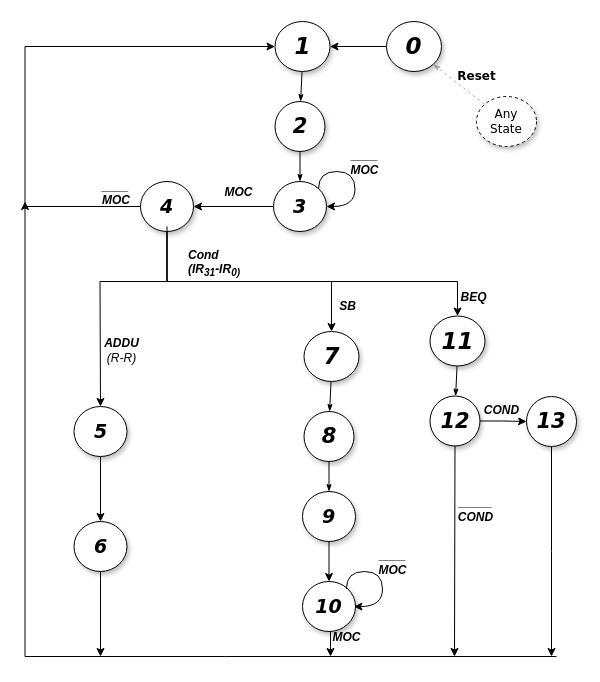
The draw.io diagram CPU_State_Diag.drawio in TheParodicts/MIPS_CPU_Diagram, before the edit. Source tidied: cells renumbered, new cells numbered last; positions are measured from the earlier drawing's top-left corner, leaving out a move shared by most shapes. Both pictures are drawn from the tidied source at 100%, with x=0, y=0 at pixel (24, 21).
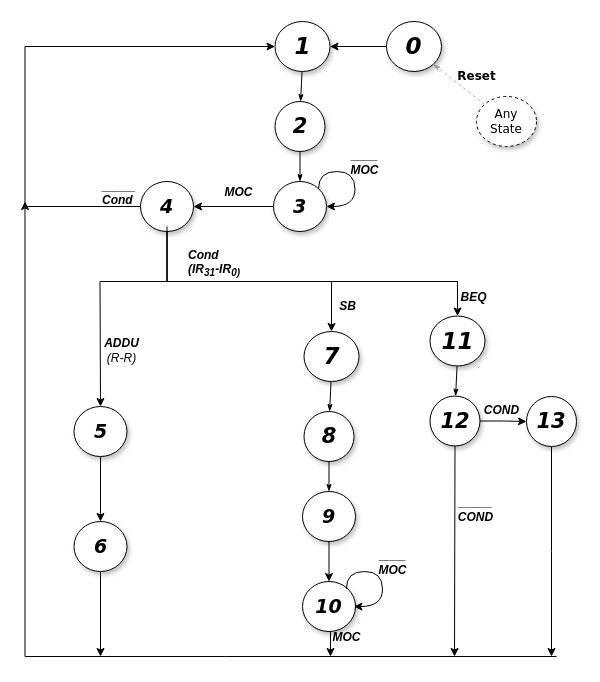
The same diagram, later.

The edit, as a diff of the source:
```diff
@@
-    <mxCell id="24" value="&lt;b&gt;&lt;i&gt;____&lt;br&gt;MOC&lt;/i&gt;&lt;/b&gt;&lt;br&gt;" style="text;html=1;align=left;verticalAlign=top;spacingTop=-4;" parent="1" vertex="1">
-      <mxGeometry x="76" y="155" width="40" height="30" as="geometry" />
+    <mxCell id="24" value="&lt;b&gt;&lt;i&gt;_____&lt;br&gt;Cond&lt;/i&gt;&lt;/b&gt;&lt;br&gt;" style="text;html=1;align=left;verticalAlign=top;spacingTop=-4;" parent="1" vertex="1">
+      <mxGeometry x="76" y="155" width="50" height="30" as="geometry" />
     </mxCell>
```
